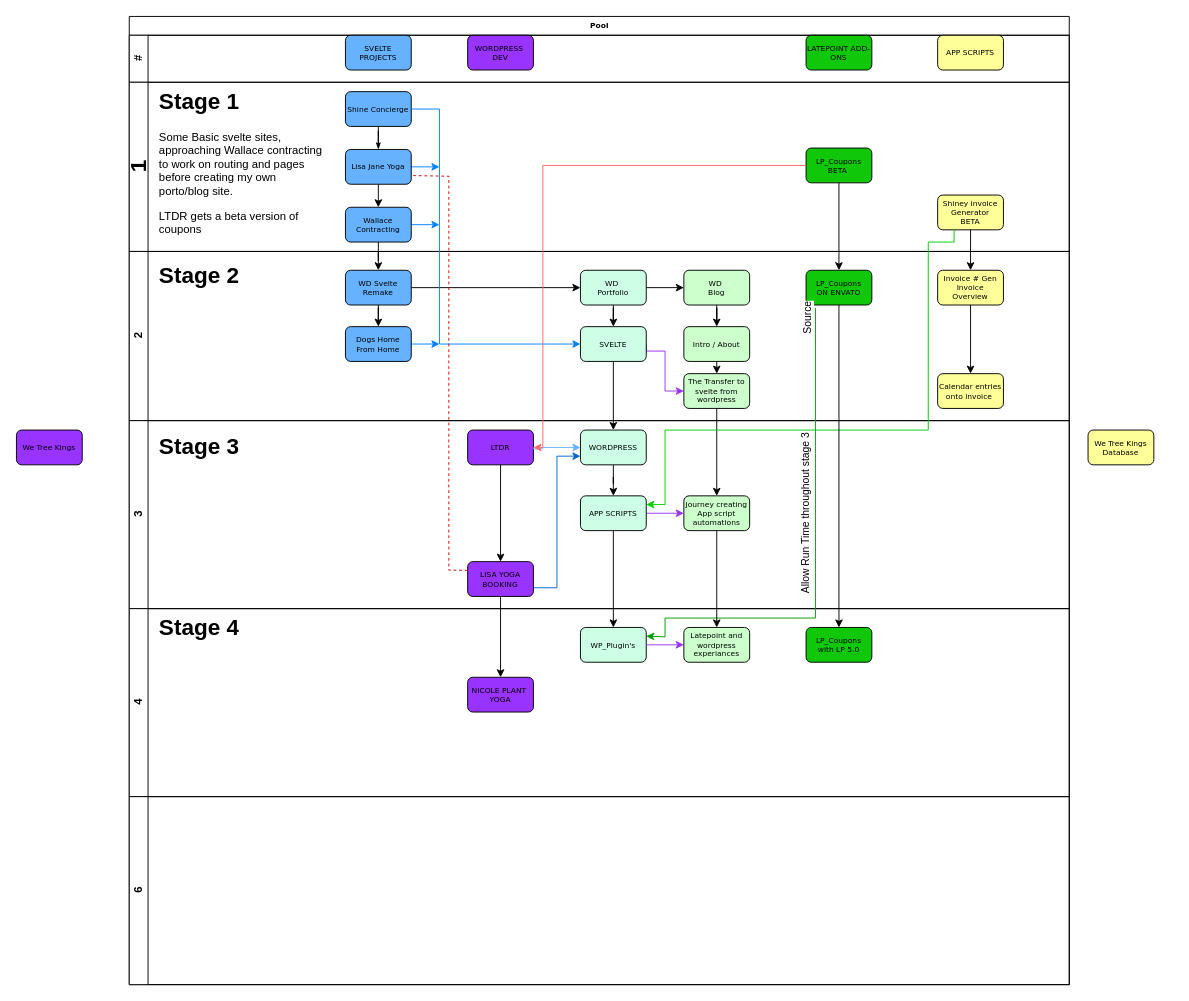
Before: Untitled Diagram.drawio in weedavedev/pathway, a draw.io diagram. Source tidied: cells renumbered, new cells numbered last; positions are measured from the earlier drawing's top-left corner, leaving out a move shared by most shapes. Both pictures are drawn from the tidied source at 94%, with x=0, y=0 at pixel (16, 16).
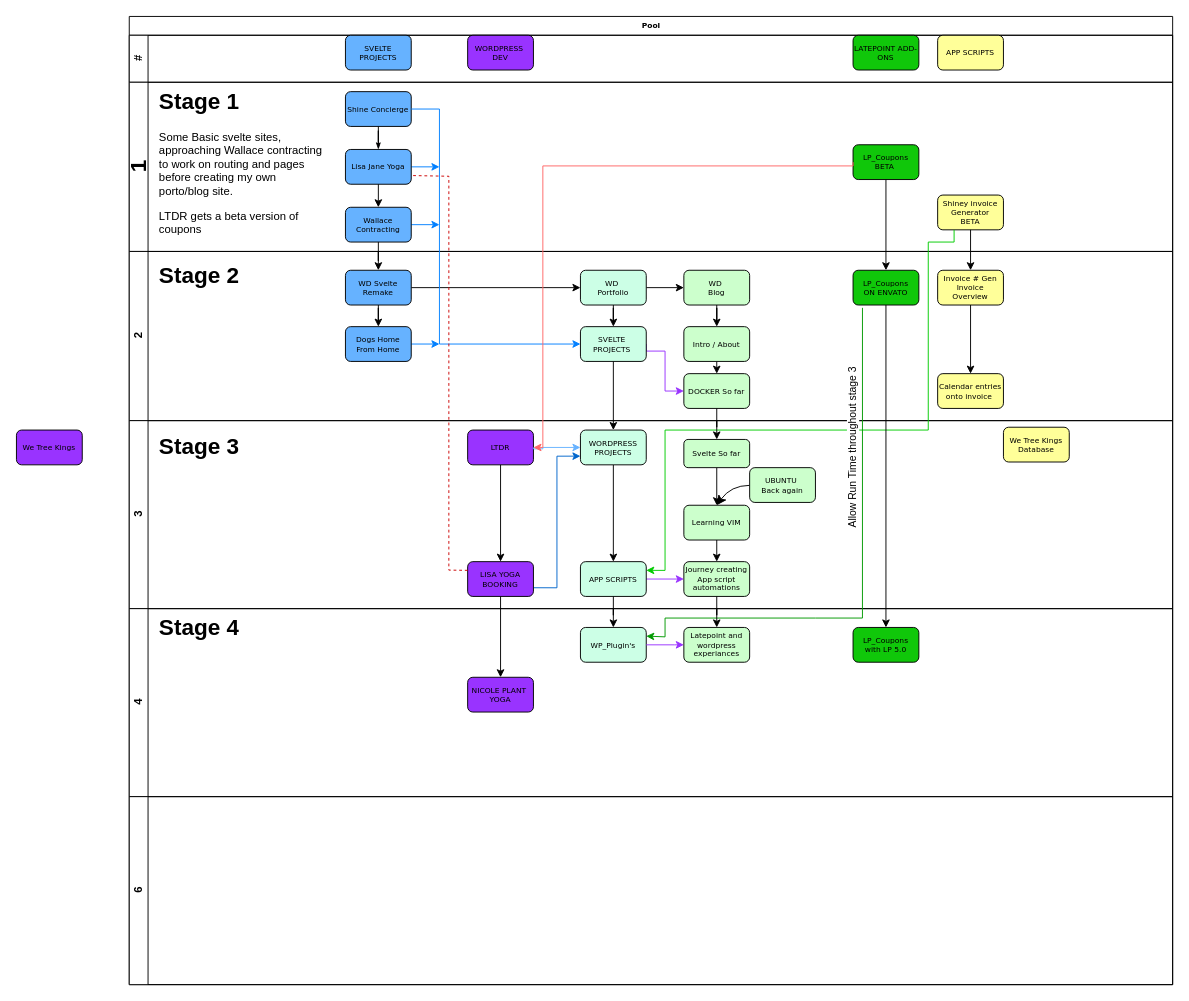
The same diagram, later.

Unchanged cells that the change refers to:
```xml
<mxCell id="16" value="Shiney invoice Generator&lt;br&gt;BETA" style="rounded=1;whiteSpace=wrap;html=1;shadow=0;labelBackgroundColor=none;strokeWidth=1;fontFamily=Verdana;fontSize=8;align=center;fillColor=#FFFF99;" parent="10" vertex="1">
  <mxGeometry x="860" y="120" width="70" height="37" as="geometry" />
</mxCell>
<mxCell id="62" value="WP_Plugin's" style="rounded=1;whiteSpace=wrap;html=1;shadow=0;labelBackgroundColor=none;strokeWidth=1;fontFamily=Verdana;fontSize=8;align=center;fillColor=#CCFFE6;" parent="58" vertex="1">
  <mxGeometry x="480" y="20" width="70" height="37" as="geometry" />
</mxCell>
```

What changed in the source:
```diff
@@
     <mxCell id="2" value="Pool" style="swimlane;html=1;horizontal=1;startSize=20;rounded=0;shadow=0;labelBackgroundColor=none;strokeWidth=1;fontFamily=Verdana;fontSize=8;align=center;" parent="1" vertex="1">
-      <mxGeometry x="120" width="1000" height="1030" as="geometry" />
+      <mxGeometry x="120" width="1110" height="1030" as="geometry" />
     </mxCell>
     <mxCell id="3" value="#" style="swimlane;html=1;startSize=20;horizontal=0;" parent="2" vertex="1">
-      <mxGeometry y="20" width="1000" height="50" as="geometry" />
+      <mxGeometry y="20" width="1110" height="50" as="geometry" />
     </mxCell>
@@
     <mxCell id="6" value="LATEPOINT ADD-ONS" style="rounded=1;whiteSpace=wrap;html=1;shadow=0;labelBackgroundColor=none;strokeWidth=1;fontFamily=Verdana;fontSize=8;align=center;fillColor=#10C70A;" parent="3" vertex="1">
-      <mxGeometry x="720" width="70" height="37" as="geometry" />
+      <mxGeometry x="770" width="70" height="37" as="geometry" />
     </mxCell>
@@
     <mxCell id="10" value="&lt;h1&gt;1&lt;/h1&gt;" style="swimlane;html=1;startSize=20;horizontal=0;" parent="2" vertex="1">
-      <mxGeometry y="70" width="1000" height="180" as="geometry" />
+      <mxGeometry y="70" width="1110" height="180" as="geometry" />
     </mxCell>
@@
     <mxCell id="15" value="LP_Coupons&lt;br&gt;BETA&amp;nbsp;" style="rounded=1;whiteSpace=wrap;html=1;shadow=0;labelBackgroundColor=none;strokeWidth=1;fontFamily=Verdana;fontSize=8;align=center;fillColor=#10C70A;" parent="10" vertex="1">
-      <mxGeometry x="720" y="70" width="70" height="37" as="geometry" />
+      <mxGeometry x="770" y="66.5" width="70" height="37" as="geometry" />
     </mxCell>
@@
     <mxCell id="21" value="2" style="swimlane;html=1;startSize=20;horizontal=0;" parent="2" vertex="1">
-      <mxGeometry y="250" width="1000" height="180" as="geometry" />
+      <mxGeometry y="250" width="1110" height="180" as="geometry" />
     </mxCell>
@@
-    <mxCell id="31" value="SVELTE" style="rounded=1;whiteSpace=wrap;html=1;shadow=0;labelBackgroundColor=none;strokeWidth=1;fontFamily=Verdana;fontSize=8;align=center;fillColor=#CCFFE6;" parent="21" vertex="1">
+    <mxCell id="31" value="SVELTE&amp;nbsp;&lt;br&gt;PROJECTS&amp;nbsp;" style="rounded=1;whiteSpace=wrap;html=1;shadow=0;labelBackgroundColor=none;strokeWidth=1;fontFamily=Verdana;fontSize=8;align=center;fillColor=#CCFFE6;" parent="21" vertex="1">
       <mxGeometry x="480" y="80" width="70" height="37" as="geometry" />
     </mxCell>
@@
     <mxCell id="34" value="LP_Coupons&lt;br&gt;ON ENVATO" style="rounded=1;whiteSpace=wrap;html=1;shadow=0;labelBackgroundColor=none;strokeWidth=1;fontFamily=Verdana;fontSize=8;align=center;fillColor=#10C70A;" parent="21" vertex="1">
-      <mxGeometry x="720" y="20" width="70" height="37" as="geometry" />
+      <mxGeometry x="770" y="20" width="70" height="37" as="geometry" />
     </mxCell>
-    <mxCell id="35" value="The Transfer to svelte from wordpress" style="rounded=1;whiteSpace=wrap;html=1;shadow=0;labelBackgroundColor=none;strokeWidth=1;fontFamily=Verdana;fontSize=8;align=center;fillColor=#CCFFCC;" parent="21" vertex="1">
+    <mxCell id="35" value="DOCKER So far" style="rounded=1;whiteSpace=wrap;html=1;shadow=0;labelBackgroundColor=none;strokeWidth=1;fontFamily=Verdana;fontSize=8;align=center;fillColor=#CCFFCC;" parent="21" vertex="1">
       <mxGeometry x="590" y="130" width="70" height="37" as="geometry" />
     </mxCell>
@@
     <mxCell id="42" value="3" style="swimlane;html=1;startSize=20;horizontal=0;" parent="2" vertex="1">
-      <mxGeometry y="430" width="1000" height="200" as="geometry" />
+      <mxGeometry y="430" width="1110" height="200" as="geometry" />
     </mxCell>
@@
-    <mxCell id="45" value="WORDPRESS" style="rounded=1;whiteSpace=wrap;html=1;shadow=0;labelBackgroundColor=none;strokeWidth=1;fontFamily=Verdana;fontSize=8;align=center;fillColor=#CCFFE6;" parent="42" vertex="1">
+    <mxCell id="45" value="WORDPRESS&lt;br&gt;PROJECTS" style="rounded=1;whiteSpace=wrap;html=1;shadow=0;labelBackgroundColor=none;strokeWidth=1;fontFamily=Verdana;fontSize=8;align=center;fillColor=#CCFFE6;" parent="42" vertex="1">
       <mxGeometry x="480" y="10" width="70" height="37" as="geometry" />
     </mxCell>
@@
     <mxCell id="47" value="APP SCRIPTS" style="rounded=1;whiteSpace=wrap;html=1;shadow=0;labelBackgroundColor=none;strokeWidth=1;fontFamily=Verdana;fontSize=8;align=center;fillColor=#CCFFE6;" parent="42" vertex="1">
-      <mxGeometry x="480" y="80" width="70" height="37" as="geometry" />
+      <mxGeometry x="480" y="150" width="70" height="37" as="geometry" />
     </mxCell>
@@
     <mxCell id="50" value="Journey creating App script automations" style="rounded=1;whiteSpace=wrap;html=1;shadow=0;labelBackgroundColor=none;strokeWidth=1;fontFamily=Verdana;fontSize=8;align=center;fillColor=#CCFFCC;" parent="42" vertex="1">
-      <mxGeometry x="590" y="80" width="70" height="37" as="geometry" />
+      <mxGeometry x="590" y="150" width="70" height="37" as="geometry" />
     </mxCell>
@@
+    <mxCell id="80" value="We Tree Kings&lt;br&gt;Database" style="rounded=1;whiteSpace=wrap;html=1;shadow=0;labelBackgroundColor=none;strokeWidth=1;fontFamily=Verdana;fontSize=8;align=center;fillColor=#FFFF99;" parent="42" vertex="1">
+      <mxGeometry x="930" y="7" width="70" height="37" as="geometry" />
+    </mxCell>
+    <mxCell id="81" style="edgeStyle=orthogonalEdgeStyle;rounded=0;jettySize=auto;html=1;entryX=0.5;entryY=0;entryDx=0;entryDy=0;" parent="42" edge="1" source="82" target="83">
+      <mxGeometry relative="1" as="geometry" />
+    </mxCell>
+    <mxCell id="82" value="Svelte So far" style="rounded=1;whiteSpace=wrap;html=1;shadow=0;labelBackgroundColor=none;strokeWidth=1;fontFamily=Verdana;fontSize=8;align=center;fillColor=#CCFFCC;" parent="42" vertex="1">
+      <mxGeometry x="590" y="20" width="70" height="30" as="geometry" />
+    </mxCell>
+    <mxCell id="83" value="Learning VIM" style="rounded=1;whiteSpace=wrap;html=1;shadow=0;labelBackgroundColor=none;strokeWidth=1;fontFamily=Verdana;fontSize=8;align=center;fillColor=#CCFFCC;" parent="42" vertex="1">
+      <mxGeometry x="590" y="90" width="70" height="37" as="geometry" />
+    </mxCell>
+    <mxCell id="84" style="edgeStyle=orthogonalEdgeStyle;rounded=0;jettySize=auto;html=1;" parent="42" edge="1" source="83">
+      <mxGeometry relative="1" as="geometry">
+        <mxPoint x="625" y="150" as="targetPoint" />
+      </mxGeometry>
+    </mxCell>
+    <mxCell id="85" style="edgeStyle=none;curved=1;rounded=0;jettySize=auto;html=1;fontSize=12;startSize=8;endSize=8;entryX=0.5;entryY=0;entryDx=0;entryDy=0;" parent="42" edge="1" source="86" target="83">
+      <mxGeometry relative="1" as="geometry">
+        <Array as="points">
+          <mxPoint x="640" y="69" />
+        </Array>
+      </mxGeometry>
+    </mxCell>
+    <mxCell id="86" value="UBUNTU&amp;nbsp;&lt;br&gt;Back again" style="rounded=1;whiteSpace=wrap;html=1;shadow=0;labelBackgroundColor=none;strokeWidth=1;fontFamily=Verdana;fontSize=8;align=center;fillColor=#CCFFCC;" parent="42" vertex="1">
+      <mxGeometry x="660" y="50" width="70" height="37" as="geometry" />
+    </mxCell>
@@
-    <mxCell id="56" style="edgeStyle=orthogonalEdgeStyle;rounded=0;jettySize=auto;html=1;" parent="2" edge="1" source="35" target="50">
-      <mxGeometry relative="1" as="geometry" />
-    </mxCell>
     <mxCell id="57" style="edgeStyle=orthogonalEdgeStyle;rounded=0;jettySize=auto;html=1;exitX=0.25;exitY=1;exitDx=0;exitDy=0;entryX=1;entryY=0.25;entryDx=0;entryDy=0;strokeColor=#00CC00;" parent="2" edge="1" source="16" target="47">
       <mxGeometry relative="1" as="geometry">
         <Array as="points">
           <mxPoint x="878" y="240" />
           <mxPoint x="850" y="240" />
           <mxPoint x="850" y="440" />
           <mxPoint x="570" y="440" />
-          <mxPoint x="570" y="519" />
+          <mxPoint x="570" y="590" />
+          <mxPoint x="550" y="590" />
         </Array>
       </mxGeometry>
     </mxCell>
     <mxCell id="58" value="4" style="swimlane;html=1;startSize=20;horizontal=0;" parent="2" vertex="1">
-      <mxGeometry y="630" width="1000" height="200" as="geometry" />
+      <mxGeometry y="630" width="1110" height="200" as="geometry" />
     </mxCell>
@@
     <mxCell id="65" value="LP_Coupons&lt;br&gt;with LP 5.0" style="rounded=1;whiteSpace=wrap;html=1;shadow=0;labelBackgroundColor=none;strokeWidth=1;fontFamily=Verdana;fontSize=8;align=center;fillColor=#10C70A;" parent="58" vertex="1">
-      <mxGeometry x="720" y="20" width="70" height="37" as="geometry" />
+      <mxGeometry x="770" y="20" width="70" height="37" as="geometry" />
     </mxCell>
     <mxCell id="66" value="6" style="swimlane;html=1;startSize=20;horizontal=0;" parent="2" vertex="1">
-      <mxGeometry y="830" width="1000" height="200" as="geometry" />
+      <mxGeometry y="830" width="1110" height="200" as="geometry" />
     </mxCell>
@@
     <mxCell id="74" style="endArrow=classic;html=1;rounded=0;exitX=0.143;exitY=1.081;exitDx=0;exitDy=0;exitPerimeter=0;entryX=1;entryY=0.25;entryDx=0;entryDy=0;fillColor=#00CC00;strokeColor=#009900;" parent="2" edge="1" source="34" target="62">
       <mxGeometry relative="1" as="geometry">
         <Array as="points">
-          <mxPoint x="730" y="465" />
+          <mxPoint x="780" y="640" />
           <mxPoint x="730" y="640" />
           <mxPoint x="570" y="640" />
           <mxPoint x="570" y="660" />
         </Array>
       </mxGeometry>
     </mxCell>
     <mxCell id="75" value="Allow Run Time throughout stage 3" style="edgeLabel;html=1;align=center;verticalAlign=middle;rotation=270;fillColor=#00CC00;" parent="74" vertex="1">
       <mxGeometry relative="1" as="geometry">
-        <mxPoint x="-10" y="-45" as="offset" />
+        <mxPoint x="-10" y="-140" as="offset" />
       </mxGeometry>
     </mxCell>
-    <mxCell id="76" value="Source" style="edgeLabel;html=1;align=left;verticalAlign=bottom;rotation=270;fillColor=#00CC00;" parent="74" vertex="1">
-      <mxGeometry x="-1" relative="1" as="geometry">
-        <mxPoint y="30" as="offset" />
-      </mxGeometry>
-    </mxCell>
@@
+    <mxCell id="87" style="edgeStyle=orthogonalEdgeStyle;rounded=0;jettySize=auto;html=1;entryX=0.5;entryY=0;entryDx=0;entryDy=0;" parent="2" edge="1" source="35" target="82">
+      <mxGeometry relative="1" as="geometry" />
+    </mxCell>
@@
-    <mxCell id="80" value="We Tree Kings&lt;br&gt;Database" style="rounded=1;whiteSpace=wrap;html=1;shadow=0;labelBackgroundColor=none;strokeWidth=1;fontFamily=Verdana;fontSize=8;align=center;fillColor=#FFFF99;" parent="1" vertex="1">
-      <mxGeometry x="1140" y="440" width="70" height="37" as="geometry" />
-    </mxCell>
```
